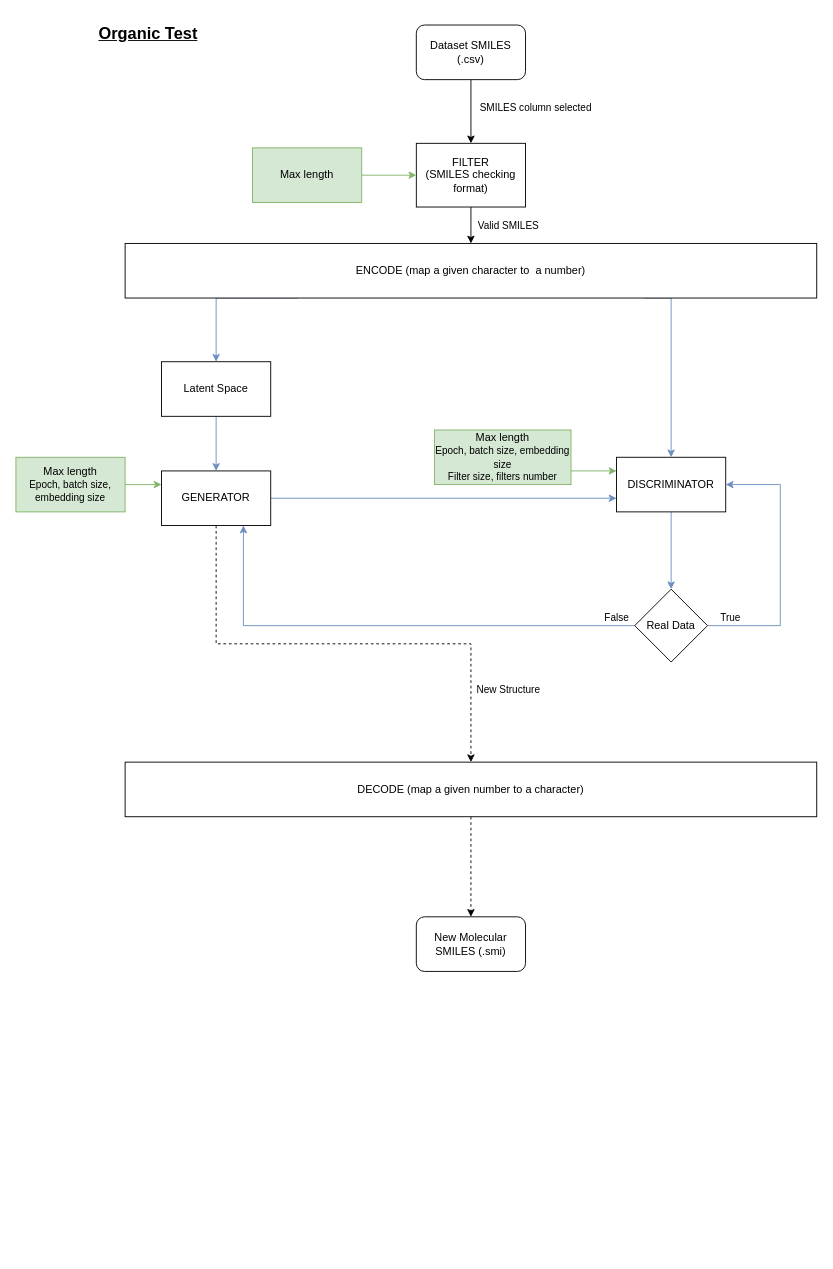
Earlier version of the draw.io diagram GAN.drawio (tahiri-lab/QSAR). Source tidied: cells renumbered, new cells numbered last; positions are measured from the earlier drawing's top-left corner, leaving out a move shared by most shapes. Both pictures are drawn from the tidied source at 91%, with x=0, y=0 at pixel (15, 15).
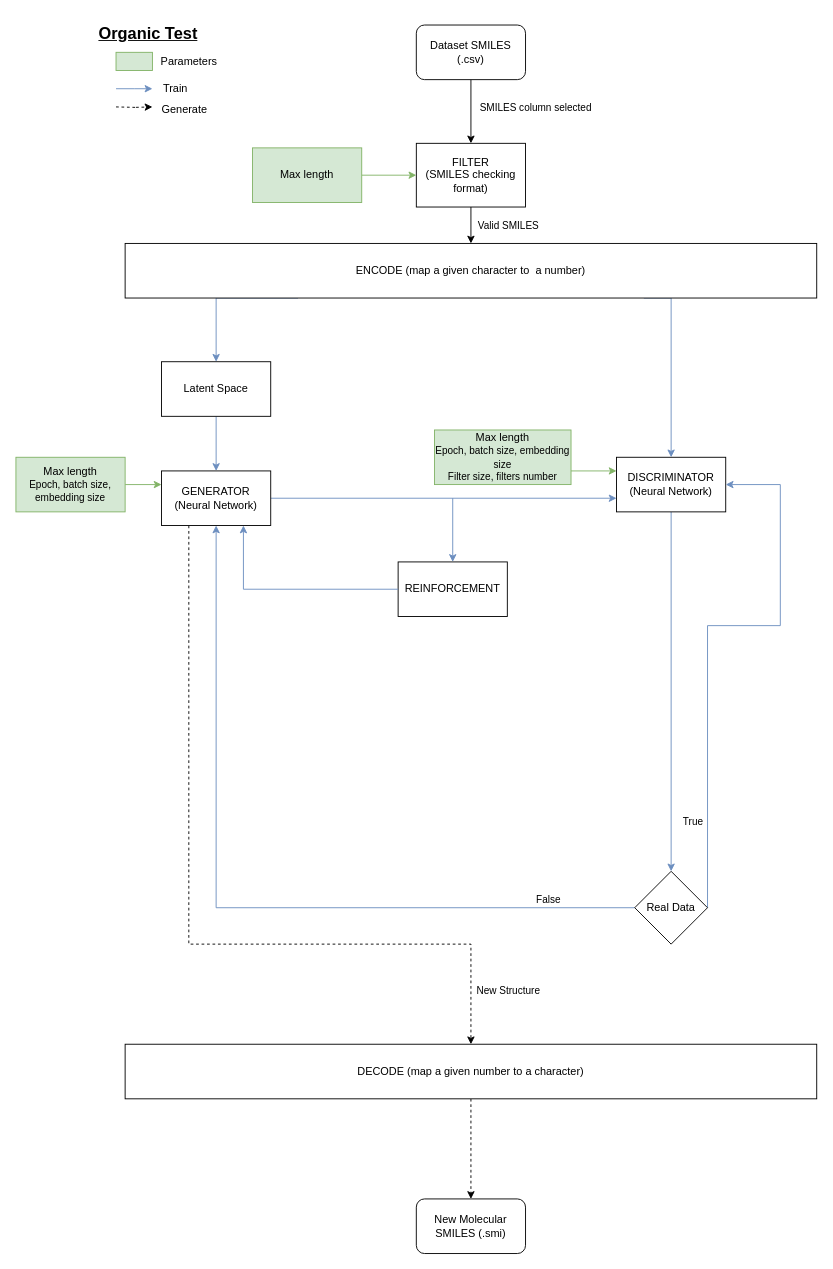
The same diagram, later.

Commit message:
Mettre à jour GAN.drawio

The edit, as a diff of the source:
```diff
@@
-    <mxCell id="13" style="edgeStyle=orthogonalEdgeStyle;rounded=0;jettySize=auto;html=1;exitX=0.5;exitY=1;exitDx=0;exitDy=0;dashed=1;" parent="1" edge="1" source="15" target="24">
-      <mxGeometry relative="1" as="geometry" />
+    <mxCell id="13" style="edgeStyle=orthogonalEdgeStyle;rounded=0;jettySize=auto;html=1;exitX=0.25;exitY=1;exitDx=0;exitDy=0;dashed=1;entryX=0.5;entryY=0;entryDx=0;entryDy=0;" parent="1" edge="1" source="15" target="24">
+      <mxGeometry relative="1" as="geometry">
+        <Array as="points">
+          <mxPoint x="190" y="1020" />
+          <mxPoint x="500" y="1020" />
+        </Array>
+      </mxGeometry>
     </mxCell>
     <mxCell id="14" value="New Structure" style="edgeLabel;html=1;align=center;verticalAlign=middle;" parent="13" vertex="1">
       <mxGeometry x="0.76" y="-2" relative="1" as="geometry">
-        <mxPoint x="42" y="-15" as="offset" />
+        <mxPoint x="42" y="46" as="offset" />
       </mxGeometry>
     </mxCell>
-    <mxCell id="15" value="GENERATOR" style="rounded=0;whiteSpace=wrap;html=1;" parent="1" vertex="1">
+    <mxCell id="15" value="GENERATOR&lt;br&gt;(Neural Network)" style="rounded=0;whiteSpace=wrap;html=1;" parent="1" vertex="1">
       <mxGeometry x="160" y="500" width="120" height="60" as="geometry" />
     </mxCell>
@@
-    <mxCell id="17" value="DISCRIMINATOR" style="rounded=0;whiteSpace=wrap;html=1;" parent="1" vertex="1">
+    <mxCell id="17" value="DISCRIMINATOR&lt;br&gt;(Neural Network)" style="rounded=0;whiteSpace=wrap;html=1;" parent="1" vertex="1">
       <mxGeometry x="660" y="485" width="120" height="60" as="geometry" />
     </mxCell>
-    <mxCell id="18" style="edgeStyle=orthogonalEdgeStyle;rounded=0;jettySize=auto;html=1;exitX=0;exitY=0.5;exitDx=0;exitDy=0;entryX=0.75;entryY=1;entryDx=0;entryDy=0;fillColor=#dae8fc;strokeColor=#6c8ebf;" parent="1" edge="1" source="22" target="15">
+    <mxCell id="18" style="edgeStyle=orthogonalEdgeStyle;rounded=0;jettySize=auto;html=1;exitX=0;exitY=0.5;exitDx=0;exitDy=0;fillColor=#dae8fc;strokeColor=#6c8ebf;entryX=0.5;entryY=1;entryDx=0;entryDy=0;" parent="1" edge="1" source="22" target="15">
       <mxGeometry relative="1" as="geometry" />
     </mxCell>
@@
     <mxCell id="22" value="Real Data" style="rhombus;whiteSpace=wrap;html=1;" parent="1" vertex="1">
-      <mxGeometry x="680" y="630" width="80" height="80" as="geometry" />
+      <mxGeometry x="680" y="940" width="80" height="80" as="geometry" />
     </mxCell>
@@
     <mxCell id="24" value="DECODE (map a given number to a character)" style="rounded=0;whiteSpace=wrap;html=1;" parent="1" vertex="1">
-      <mxGeometry x="120" y="820" width="760" height="60" as="geometry" />
+      <mxGeometry x="120" y="1130" width="760" height="60" as="geometry" />
     </mxCell>
     <mxCell id="25" value="New Molecular SMILES (.smi)" style="rounded=1;whiteSpace=wrap;html=1;" parent="1" vertex="1">
-      <mxGeometry x="440" y="990" width="120" height="60" as="geometry" />
+      <mxGeometry x="440" y="1300" width="120" height="60" as="geometry" />
     </mxCell>
@@
+    <mxCell id="34" style="rounded=0;whiteSpace=wrap;html=1;fillColor=#d5e8d4;strokeColor=#82b366;" parent="1" vertex="1">
+      <mxGeometry x="110" y="40" width="40" height="20" as="geometry" />
+    </mxCell>
+    <mxCell id="35" value="Parameters" style="text;html=1;align=center;verticalAlign=middle;strokeColor=none;fillColor=none;" parent="1" vertex="1">
+      <mxGeometry x="145" y="35" width="90" height="30" as="geometry" />
+    </mxCell>
+    <mxCell id="36" style="edgeStyle=orthogonalEdgeStyle;rounded=0;orthogonalLoop=1;jettySize=auto;html=1;fillColor=#dae8fc;strokeColor=#6c8ebf;" parent="1" edge="1">
+      <mxGeometry relative="1" as="geometry">
+        <mxPoint x="110" y="80" as="sourcePoint" />
+        <mxPoint x="150" y="80" as="targetPoint" />
+        <Array as="points">
+          <mxPoint x="130" y="80" />
+          <mxPoint x="130" y="80" />
+        </Array>
+      </mxGeometry>
+    </mxCell>
+    <mxCell id="37" value="Train" style="text;html=1;align=center;verticalAlign=middle;strokeColor=none;fillColor=none;" parent="1" vertex="1">
+      <mxGeometry x="150" y="65" width="50" height="30" as="geometry" />
+    </mxCell>
+    <mxCell id="38" style="edgeStyle=orthogonalEdgeStyle;rounded=0;orthogonalLoop=1;jettySize=auto;html=1;exitX=0.5;exitY=1;exitDx=0;exitDy=0;dashed=1;" parent="1" edge="1">
+      <mxGeometry relative="1" as="geometry">
+        <mxPoint x="110" y="100" as="sourcePoint" />
+        <mxPoint x="150" y="100" as="targetPoint" />
+      </mxGeometry>
+    </mxCell>
+    <mxCell id="39" value="Generate" style="text;html=1;align=center;verticalAlign=middle;strokeColor=none;fillColor=none;" parent="1" vertex="1">
+      <mxGeometry x="150" y="88" width="70" height="30" as="geometry" />
+    </mxCell>
+    <mxCell id="40" value="REINFORCEMENT" style="rounded=0;whiteSpace=wrap;html=1;" parent="1" vertex="1">
+      <mxGeometry x="420" y="600" width="120" height="60" as="geometry" />
+    </mxCell>
+    <mxCell id="41" style="endArrow=classic;html=1;rounded=0;entryX=0.5;entryY=0;entryDx=0;entryDy=0;fillColor=#dae8fc;strokeColor=#6c8ebf;" parent="1" edge="1" target="40">
+      <mxGeometry relative="1" as="geometry">
+        <mxPoint x="480" y="530" as="sourcePoint" />
+      </mxGeometry>
+    </mxCell>
+    <mxCell id="42" style="endArrow=classic;html=1;rounded=0;entryX=0.75;entryY=1;entryDx=0;entryDy=0;exitX=0;exitY=0.5;exitDx=0;exitDy=0;fillColor=#dae8fc;strokeColor=#6c8ebf;" parent="1" edge="1" source="40" target="15">
+      <mxGeometry relative="1" as="geometry">
+        <Array as="points">
+          <mxPoint x="250" y="630" />
+        </Array>
+      </mxGeometry>
+    </mxCell>
```
